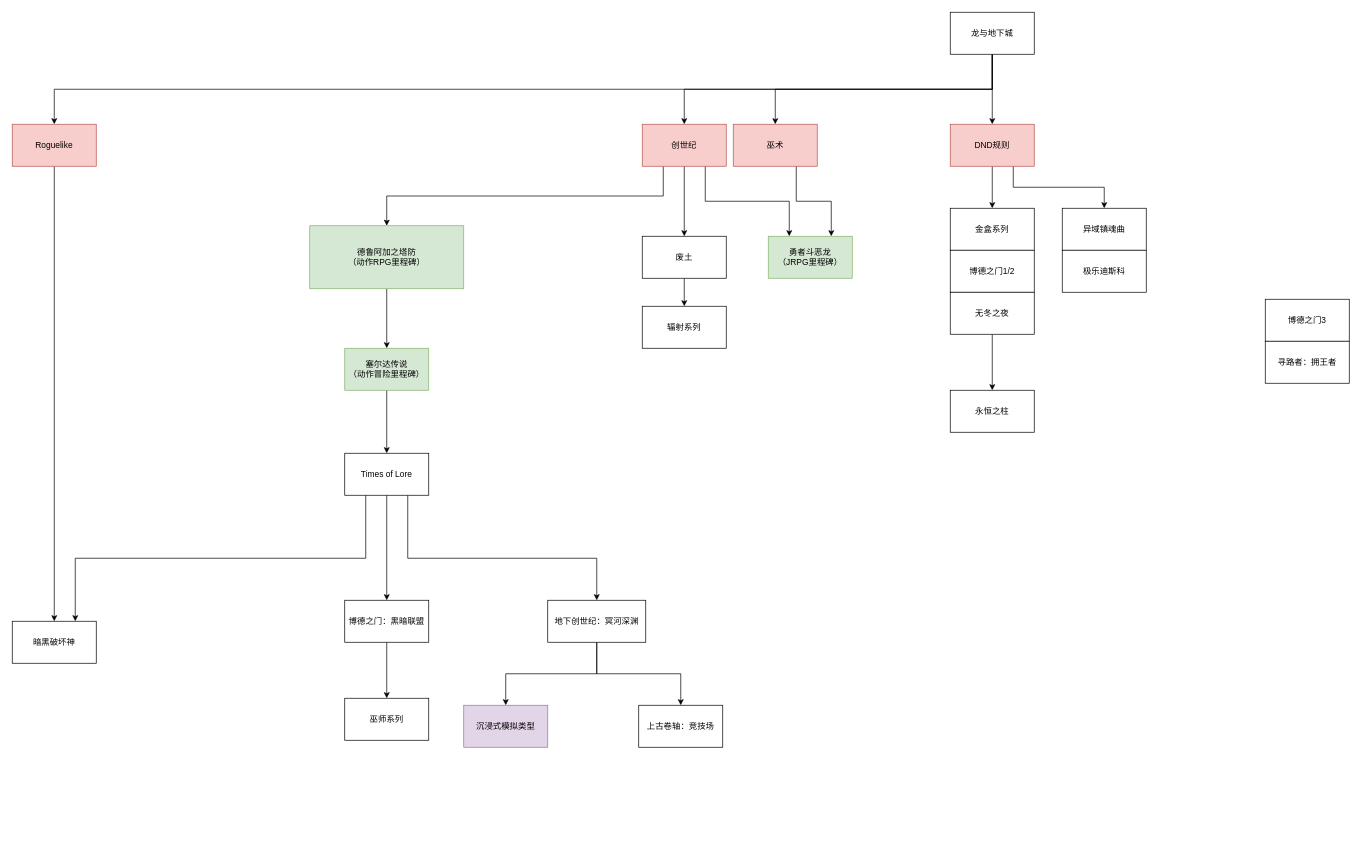
Above: RPGtree.drawio in sass00n1/StartFramework (draw.io), before the change. Source tidied: cells renumbered, new cells numbered last; positions are measured from the earlier drawing's top-left corner, leaving out a move shared by most shapes. Both pictures are drawn from the tidied source at 70%, with x=0, y=0 at pixel (12, 12).
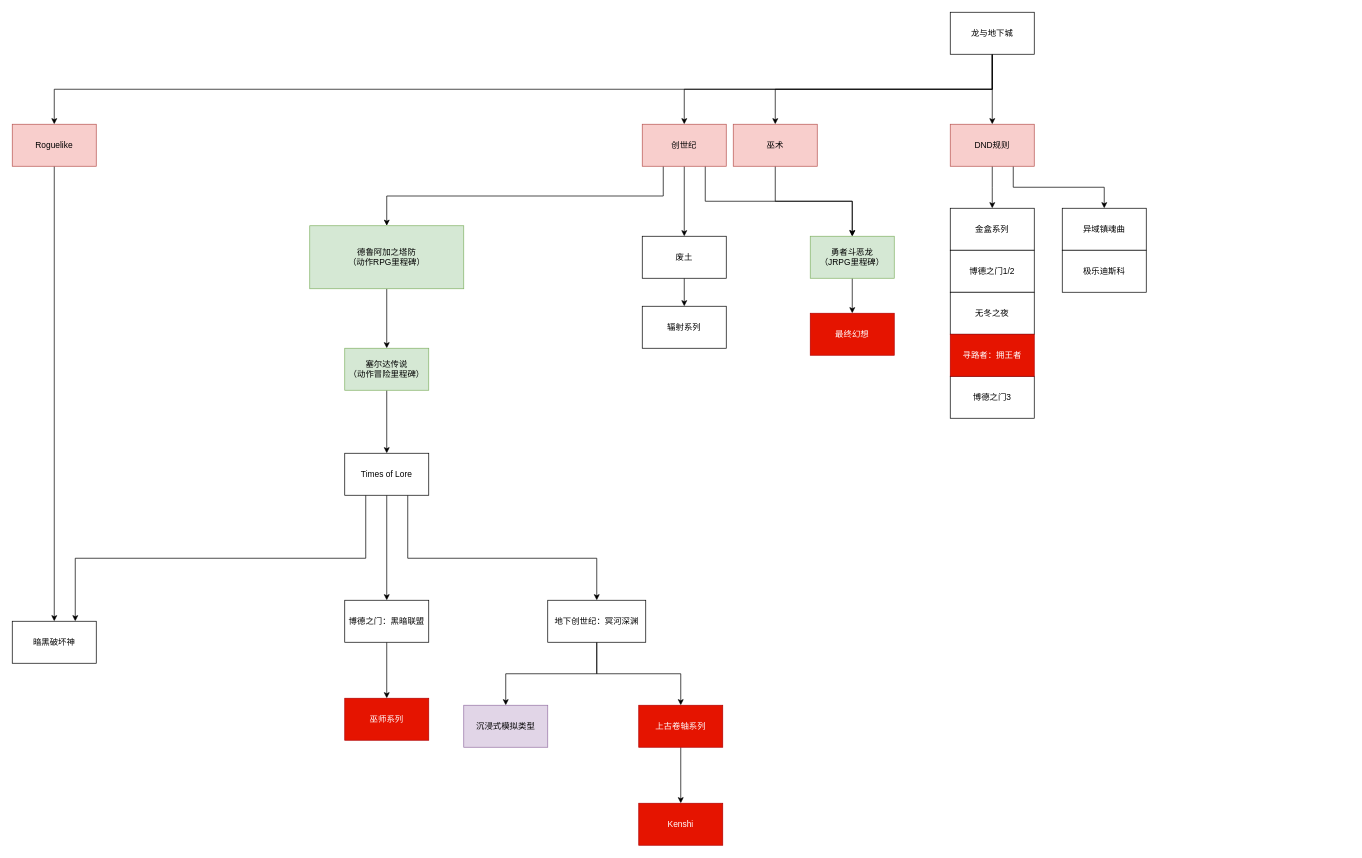
The same diagram, later.

Unchanged cells that the change refers to:
```xml
<mxCell id="10" value="创世纪" style="rounded=0;whiteSpace=wrap;html=1;fillColor=#f8cecc;strokeColor=#b85450;" parent="1" vertex="1">
  <mxGeometry x="900" y="160" width="120" height="60" as="geometry" />
</mxCell>
<mxCell id="12" value="巫术" style="rounded=0;whiteSpace=wrap;html=1;fillColor=#f8cecc;strokeColor=#b85450;" parent="1" vertex="1">
  <mxGeometry x="1030" y="160" width="120" height="60" as="geometry" />
</mxCell>
<mxCell id="20" value="无冬之夜" style="rounded=0;whiteSpace=wrap;html=1;" parent="1" vertex="1">
  <mxGeometry x="1340" y="400" width="120" height="60" as="geometry" />
</mxCell>
```

What changed in the source:
```diff
@@
-    <mxCell id="7" style="edgeStyle=orthogonalEdgeStyle;rounded=0;jettySize=auto;html=1;exitX=0.75;exitY=1;exitDx=0;exitDy=0;entryX=0.25;entryY=0;entryDx=0;entryDy=0;" parent="1" edge="1" source="10" target="13">
+    <mxCell id="7" style="edgeStyle=orthogonalEdgeStyle;rounded=0;jettySize=auto;html=1;exitX=0.75;exitY=1;exitDx=0;exitDy=0;entryX=0.5;entryY=0;entryDx=0;entryDy=0;" parent="1" edge="1" source="10" target="13">
       <mxGeometry relative="1" as="geometry" />
     </mxCell>
@@
-    <mxCell id="11" style="edgeStyle=orthogonalEdgeStyle;rounded=0;jettySize=auto;html=1;exitX=0.75;exitY=1;exitDx=0;exitDy=0;entryX=0.75;entryY=0;entryDx=0;entryDy=0;" parent="1" edge="1" source="12" target="13">
+    <mxCell id="11" style="edgeStyle=orthogonalEdgeStyle;rounded=0;jettySize=auto;html=1;entryX=0.5;entryY=0;entryDx=0;entryDy=0;" parent="1" edge="1" source="12" target="13">
       <mxGeometry relative="1" as="geometry" />
     </mxCell>
@@
+    <mxCell id="48" style="edgeStyle=orthogonalEdgeStyle;rounded=0;jettySize=auto;html=1;exitX=0.5;exitY=1;exitDx=0;exitDy=0;entryX=0.5;entryY=0;entryDx=0;entryDy=0;" parent="1" edge="1" source="13" target="50">
+      <mxGeometry relative="1" as="geometry" />
+    </mxCell>
     <mxCell id="13" value="&lt;div&gt;勇者斗恶龙&lt;/div&gt;&lt;div&gt;（JRPG里程碑）&lt;br&gt;&lt;/div&gt;" style="rounded=0;whiteSpace=wrap;html=1;fillColor=#d5e8d4;strokeColor=#82b366;" parent="1" vertex="1">
-      <mxGeometry x="1080" y="320" width="120" height="60" as="geometry" />
+      <mxGeometry x="1140" y="320" width="120" height="60" as="geometry" />
     </mxCell>
@@
-    <mxCell id="19" style="edgeStyle=orthogonalEdgeStyle;rounded=0;jettySize=auto;html=1;exitX=0.5;exitY=1;exitDx=0;exitDy=0;entryX=0.5;entryY=0;entryDx=0;entryDy=0;" parent="1" edge="1" source="20" target="47">
-      <mxGeometry relative="1" as="geometry" />
-    </mxCell>
@@
     <mxCell id="21" value="博德之门3" style="rounded=0;whiteSpace=wrap;html=1;" parent="1" vertex="1">
-      <mxGeometry x="1790" y="410" width="120" height="60" as="geometry" />
+      <mxGeometry x="1340" y="520" width="120" height="60" as="geometry" />
     </mxCell>
@@
+    <mxCell id="49" style="edgeStyle=orthogonalEdgeStyle;rounded=0;jettySize=auto;html=1;exitX=0.5;exitY=1;exitDx=0;exitDy=0;entryX=0.5;entryY=0;entryDx=0;entryDy=0;" parent="1" edge="1" source="35" target="51">
+      <mxGeometry relative="1" as="geometry" />
+    </mxCell>
-    <mxCell id="35" value="上古卷轴：竞技场" style="rounded=0;whiteSpace=wrap;html=1;" parent="1" vertex="1">
+    <mxCell id="35" value="上古卷轴系列" style="rounded=0;whiteSpace=wrap;html=1;fillColor=#e51400;fontColor=#ffffff;strokeColor=#B20000;" parent="1" vertex="1">
       <mxGeometry x="895" y="990" width="120" height="60" as="geometry" />
     </mxCell>
@@
-    <mxCell id="42" value="巫师系列" style="rounded=0;whiteSpace=wrap;html=1;" parent="1" vertex="1">
+    <mxCell id="42" value="巫师系列" style="rounded=0;whiteSpace=wrap;html=1;fillColor=#e51400;fontColor=#ffffff;strokeColor=#B20000;" parent="1" vertex="1">
       <mxGeometry x="475" y="980" width="120" height="60" as="geometry" />
     </mxCell>
@@
-    <mxCell id="46" value="寻路者：拥王者" style="rounded=0;whiteSpace=wrap;html=1;" parent="1" vertex="1">
-      <mxGeometry x="1790" y="470" width="120" height="60" as="geometry" />
+    <mxCell id="46" value="寻路者：拥王者" style="rounded=0;whiteSpace=wrap;html=1;fillColor=#e51400;fontColor=#ffffff;strokeColor=#B20000;" parent="1" vertex="1">
+      <mxGeometry x="1340" y="460" width="120" height="60" as="geometry" />
     </mxCell>
-    <mxCell id="47" value="永恒之柱" style="rounded=0;whiteSpace=wrap;html=1;" parent="1" vertex="1">
-      <mxGeometry x="1340" y="540" width="120" height="60" as="geometry" />
-    </mxCell>
+    <mxCell id="50" value="最终幻想" style="rounded=0;whiteSpace=wrap;html=1;fillColor=#e51400;fontColor=#ffffff;strokeColor=#B20000;" parent="1" vertex="1">
+      <mxGeometry x="1140" y="430" width="120" height="60" as="geometry" />
+    </mxCell>
+    <mxCell id="51" value="Kenshi" style="rounded=0;whiteSpace=wrap;html=1;fillColor=#e51400;fontColor=#ffffff;strokeColor=#B20000;" parent="1" vertex="1">
+      <mxGeometry x="895" y="1130" width="120" height="60" as="geometry" />
+    </mxCell>
```
